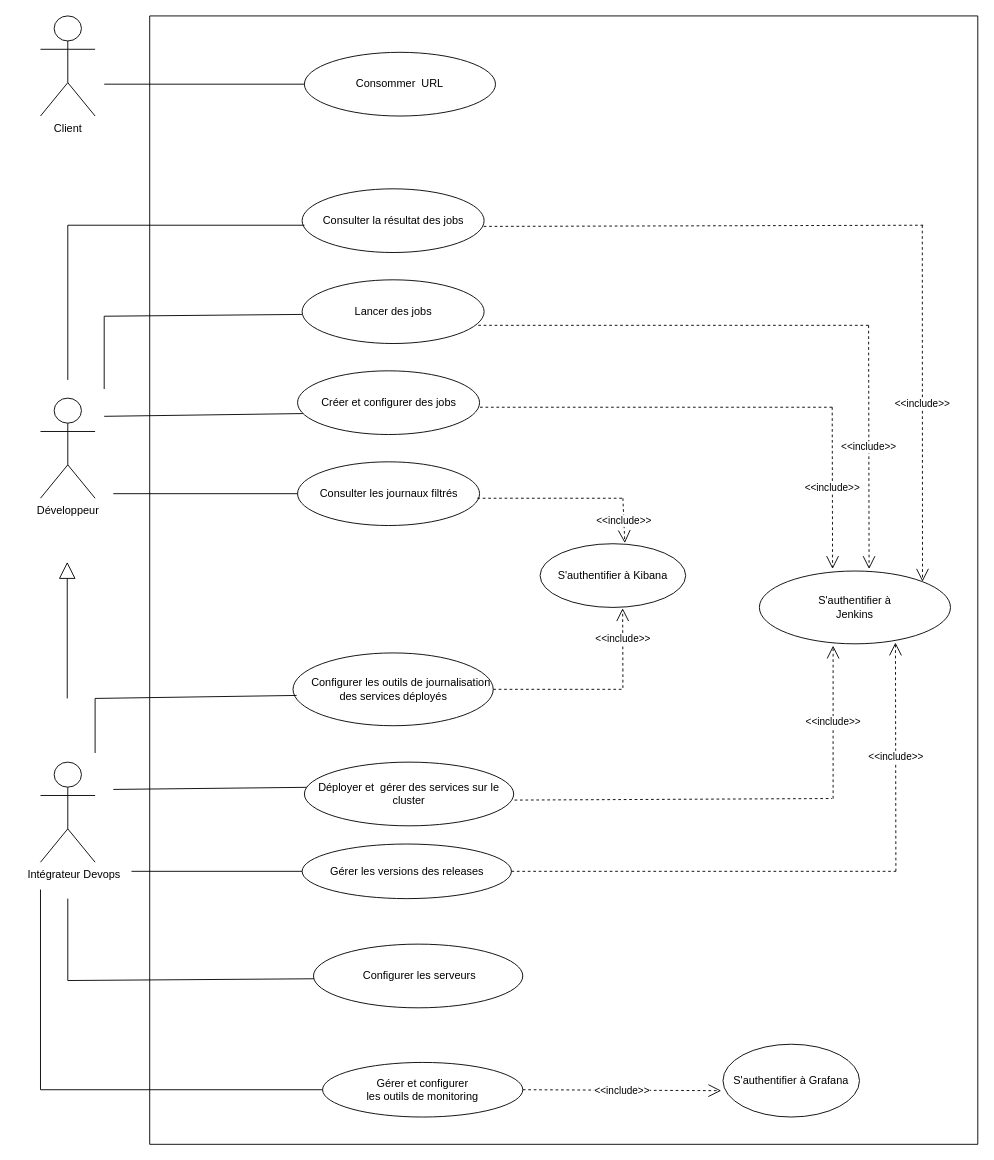
EmiraDga/CanvasAnimation keeps this draw.io diagram as page "Page-13" (13 of 14) of Diagramme sans nom.drawio. Above is the earlier version. Source tidied: cells renumbered, new cells numbered last; positions are measured from the earlier drawing's top-left corner, leaving out a move shared by most shapes. Both pictures are drawn from the tidied source at 91%, with x=0, y=0 at pixel (40, 15).
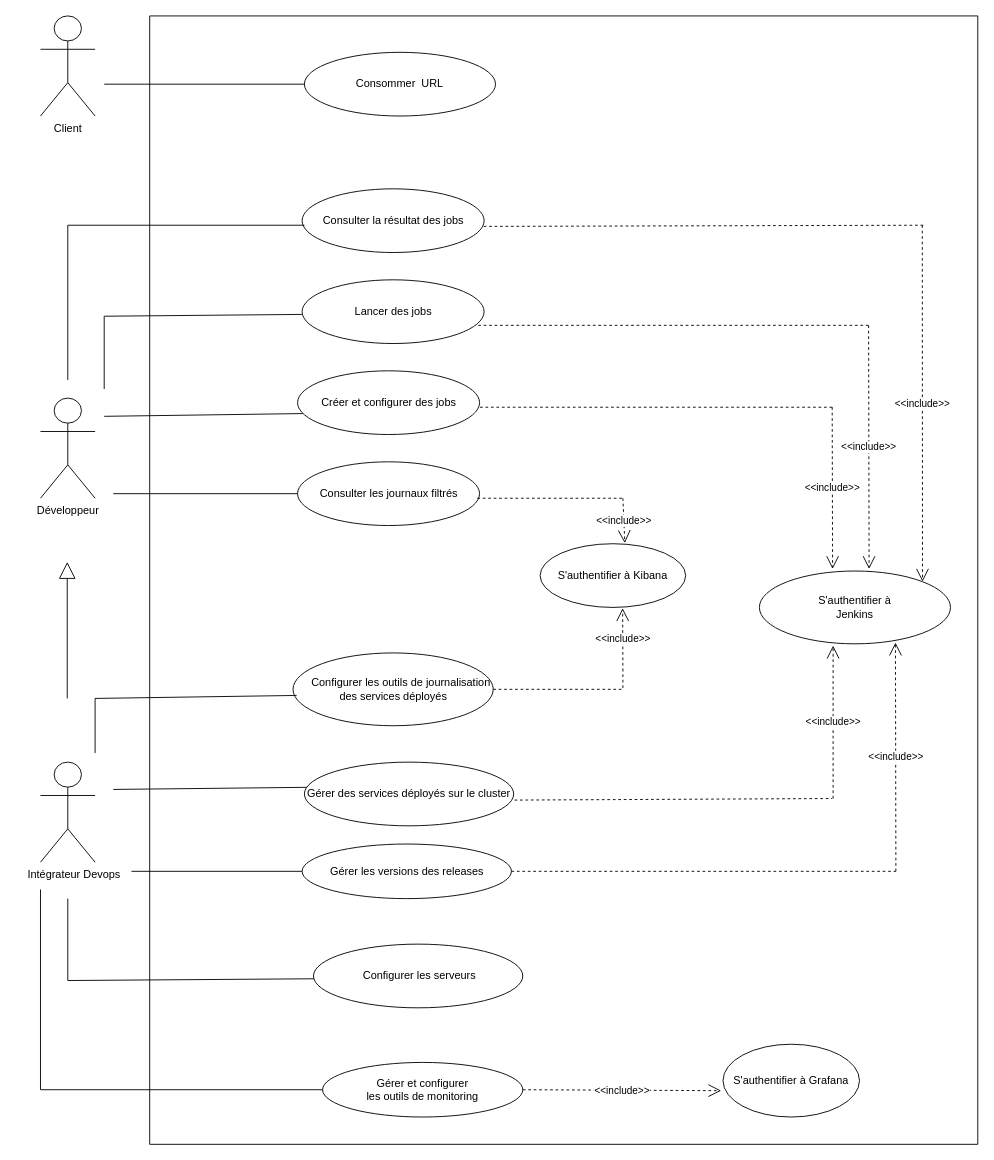
Above is the later version.

Commit message:
Mettre à jour Diagramme sans nom.drawio

What changed in the source:
```diff
@@
-    <mxCell id="34" value="Déployer et&amp;nbsp; gérer des services sur le cluster" style="ellipse;whiteSpace=wrap;html=1;" parent="1" vertex="1">
+    <mxCell id="34" value="Gérer des services déployés sur le cluster" style="ellipse;whiteSpace=wrap;html=1;" parent="1" vertex="1">
       <mxGeometry x="290" y="820" width="230" height="70" as="geometry" />
     </mxCell>
```
